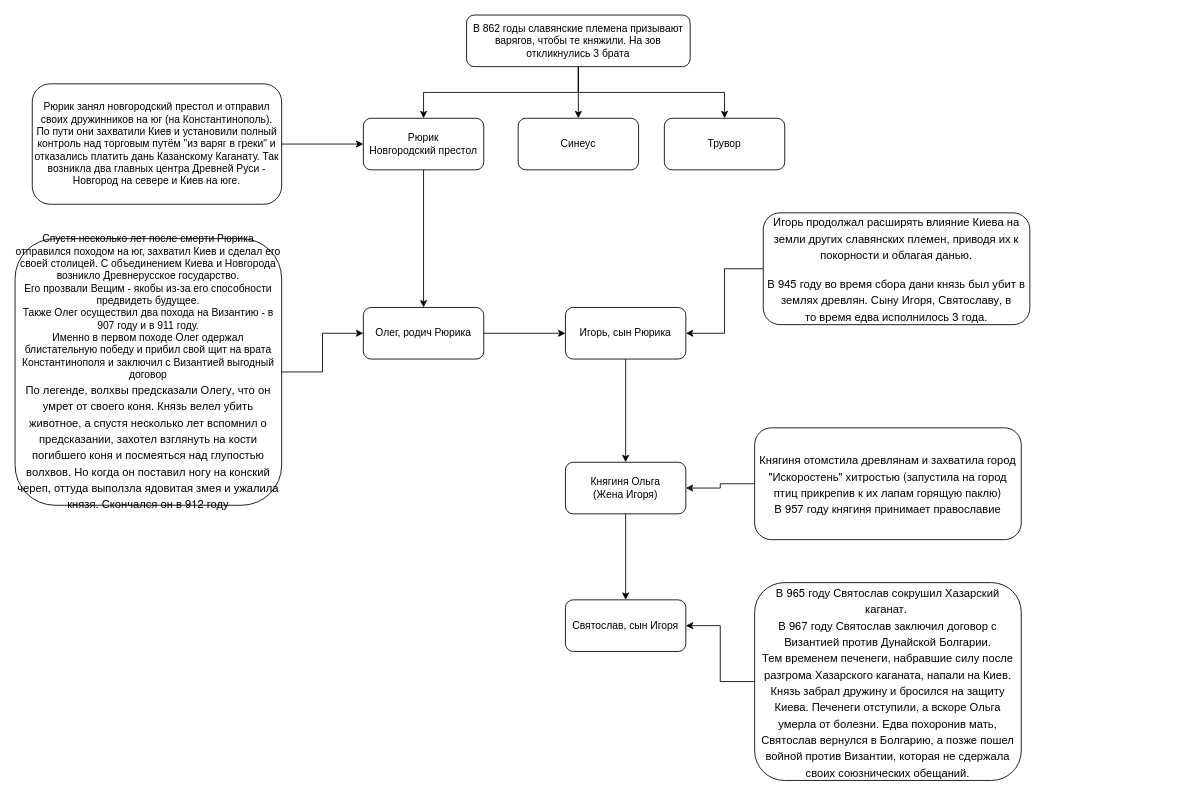
Earlier version of the draw.io diagram The history of Russia.drawio (MG61/The-history-of-Russia). Source tidied: cells renumbered, new cells numbered last; positions are measured from the earlier drawing's top-left corner, leaving out a move shared by most shapes. Both pictures are drawn from the tidied source at 86%, with x=0, y=0 at pixel (15, 15).
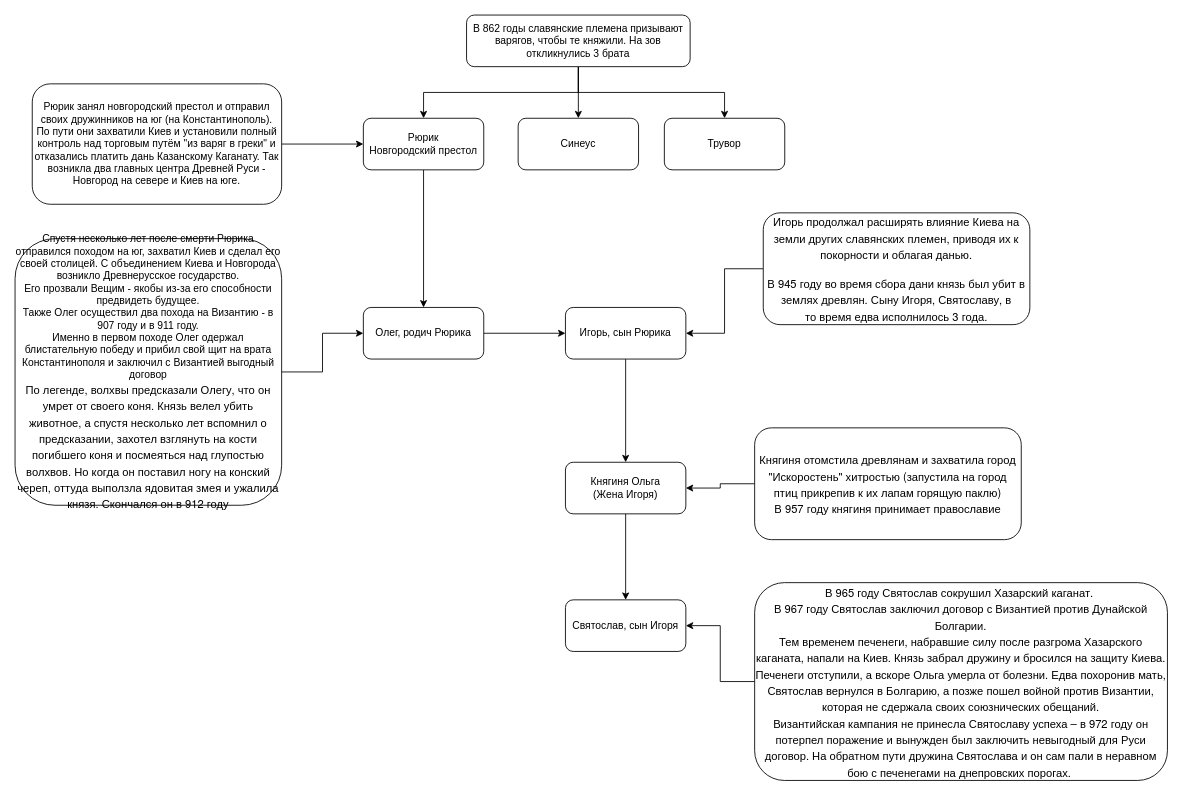
The same page after the edit.

Change to the diagram source:
```diff
@@
-    <mxCell id="26" value="&lt;p style=&quot;margin: 0px; font-style: normal; font-variant-caps: normal; font-stretch: normal; font-size: 13px; line-height: normal; font-family: &amp;quot;Helvetica Neue&amp;quot;; font-size-adjust: none; font-kerning: auto; font-variant-alternates: normal; font-variant-ligatures: normal; font-variant-numeric: normal; font-variant-east-asian: normal; font-variant-position: normal; font-variant-emoji: normal; font-feature-settings: normal; font-optical-sizing: auto; font-variation-settings: normal;&quot;&gt;В 965 году Святослав сокрушил Хазарский каганат.&amp;nbsp;&lt;/p&gt;&lt;p style=&quot;margin: 0px; font-style: normal; font-variant-caps: normal; font-stretch: normal; font-size: 13px; line-height: normal; font-family: &amp;quot;Helvetica Neue&amp;quot;; font-size-adjust: none; font-kerning: auto; font-variant-alternates: normal; font-variant-ligatures: normal; font-variant-numeric: normal; font-variant-east-asian: normal; font-variant-position: normal; font-variant-emoji: normal; font-feature-settings: normal; font-optical-sizing: auto; font-variation-settings: normal;&quot;&gt;В 967 году Святослав заключил договор с Византией против Дунайской Болгарии.&lt;/p&gt;&lt;p style=&quot;margin: 0px; font-style: normal; font-variant-caps: normal; font-stretch: normal; font-size: 13px; line-height: normal; font-family: &amp;quot;Helvetica Neue&amp;quot;; font-size-adjust: none; font-kerning: auto; font-variant-alternates: normal; font-variant-ligatures: normal; font-variant-numeric: normal; font-variant-east-asian: normal; font-variant-position: normal; font-variant-emoji: normal; font-feature-settings: normal; font-optical-sizing: auto; font-variation-settings: normal;&quot;&gt;Тем временем печенеги, набравшие силу после разгрома Хазарского каганата, напали на&amp;nbsp;Киев. Князь забрал дружину и бросился на защиту Киева. Печенеги отступили, а вскоре Ольга умерла от болезни. Едва похоронив мать, Святослав вернулся в&amp;nbsp;Болгарию, а позже пошел войной против Византии, которая не сдержала своих союзнических обещаний.&lt;/p&gt;" style="rounded=1;whiteSpace=wrap;html=1;" parent="1" vertex="1">
-      <mxGeometry x="860" y="660" width="310" height="230" as="geometry" />
+    <mxCell id="26" value="&lt;p style=&quot;margin: 0px; font-style: normal; font-variant-caps: normal; font-stretch: normal; font-size: 13px; line-height: normal; font-family: &amp;quot;Helvetica Neue&amp;quot;; font-size-adjust: none; font-kerning: auto; font-variant-alternates: normal; font-variant-ligatures: normal; font-variant-numeric: normal; font-variant-east-asian: normal; font-variant-position: normal; font-variant-emoji: normal; font-feature-settings: normal; font-optical-sizing: auto; font-variation-settings: normal;&quot;&gt;В 965 году Святослав сокрушил Хазарский каганат.&amp;nbsp;&lt;/p&gt;&lt;p style=&quot;margin: 0px; font-style: normal; font-variant-caps: normal; font-stretch: normal; font-size: 13px; line-height: normal; font-family: &amp;quot;Helvetica Neue&amp;quot;; font-size-adjust: none; font-kerning: auto; font-variant-alternates: normal; font-variant-ligatures: normal; font-variant-numeric: normal; font-variant-east-asian: normal; font-variant-position: normal; font-variant-emoji: normal; font-feature-settings: normal; font-optical-sizing: auto; font-variation-settings: normal;&quot;&gt;В 967 году Святослав заключил договор с Византией против Дунайской Болгарии.&lt;/p&gt;&lt;p style=&quot;margin: 0px; font-style: normal; font-variant-caps: normal; font-stretch: normal; font-size: 13px; line-height: normal; font-family: &amp;quot;Helvetica Neue&amp;quot;; font-size-adjust: none; font-kerning: auto; font-variant-alternates: normal; font-variant-ligatures: normal; font-variant-numeric: normal; font-variant-east-asian: normal; font-variant-position: normal; font-variant-emoji: normal; font-feature-settings: normal; font-optical-sizing: auto; font-variation-settings: normal;&quot;&gt;Тем временем печенеги, набравшие силу после разгрома Хазарского каганата, напали на&amp;nbsp;Киев. Князь забрал дружину и бросился на защиту Киева. Печенеги отступили, а вскоре Ольга умерла от болезни. Едва похоронив мать, Святослав вернулся в&amp;nbsp;Болгарию, а позже пошел войной против Византии, которая не сдержала своих союзнических обещаний.&lt;/p&gt;&lt;p style=&quot;margin: 0px; font-style: normal; font-variant-caps: normal; font-stretch: normal; font-size: 13px; line-height: normal; font-family: &amp;quot;Helvetica Neue&amp;quot;; font-size-adjust: none; font-kerning: auto; font-variant-alternates: normal; font-variant-ligatures: normal; font-variant-numeric: normal; font-variant-east-asian: normal; font-variant-position: normal; font-variant-emoji: normal; font-feature-settings: normal; font-optical-sizing: auto; font-variation-settings: normal;&quot;&gt;Византийская кампания не принесла Святославу успеха – в&amp;nbsp;972&amp;nbsp;году он потерпел поражение и вынужден был заключить невыгодный для Руси договор. На обратном пути дружина Святослава и он сам пали в неравном бою с печенегами на днепровских порогах.&amp;nbsp;&lt;/p&gt;" style="rounded=1;whiteSpace=wrap;html=1;" parent="1" vertex="1">
+      <mxGeometry x="860" y="660" width="480" height="230" as="geometry" />
     </mxCell>
```
